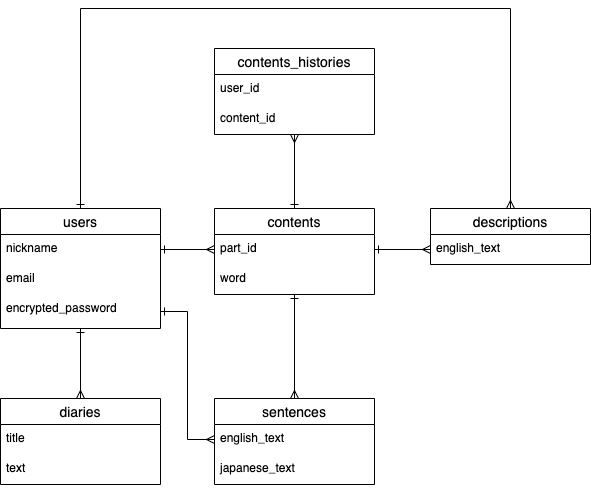
Chukoto/wordstock keeps this draw.io diagram as ER.drawio.png. Above is the earlier version. Source tidied: cells renumbered, new cells last; positions are measured from the earlier drawing's top-left corner, leaving out a move shared by most shapes.
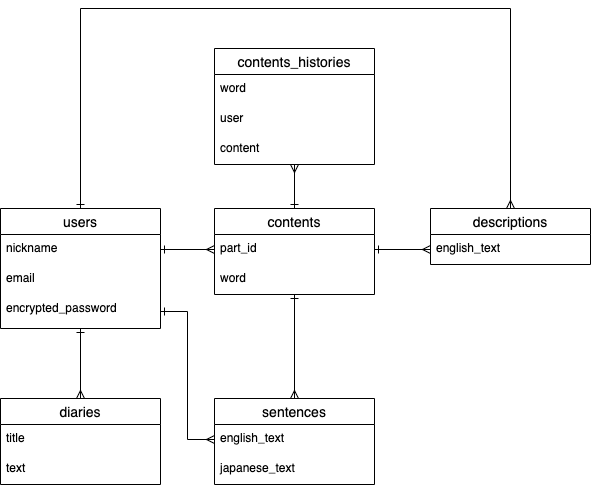
Above is the later version.

What changed in the source:
```diff
@@ -79,13 +79,16 @@
       <mxGeometry relative="1" as="geometry" />
     </mxCell>
     <mxCell id="24" value="contents_histories" style="swimlane;fontStyle=0;horizontal=1;startSize=26;align=center;fontSize=14;" parent="1" vertex="1">
-      <mxGeometry x="214" y="40" width="160" height="86" as="geometry" />
+      <mxGeometry x="214" y="40" width="160" height="116" as="geometry" />
     </mxCell>
+    <mxCell id="27" value="word" style="text;strokeColor=none;fillColor=none;spacingLeft=4;spacingRight=4;overflow=hidden;fontSize=12;" parent="24" vertex="1">
+      <mxGeometry y="26" width="160" height="30" as="geometry" />
+    </mxCell>
-    <mxCell id="25" value="user_id" style="text;strokeColor=none;fillColor=none;spacingLeft=4;spacingRight=4;overflow=hidden;fontSize=12;" parent="24" vertex="1">
-      <mxGeometry y="26" width="160" height="30" as="geometry" />
+    <mxCell id="25" value="user" style="text;strokeColor=none;fillColor=none;spacingLeft=4;spacingRight=4;overflow=hidden;fontSize=12;" parent="24" vertex="1">
+      <mxGeometry y="56" width="160" height="30" as="geometry" />
     </mxCell>
-    <mxCell id="26" value="content_id" style="text;strokeColor=none;fillColor=none;spacingLeft=4;spacingRight=4;overflow=hidden;fontSize=12;" parent="24" vertex="1">
-      <mxGeometry y="56" width="160" height="30" as="geometry" />
+    <mxCell id="26" value="content" style="text;strokeColor=none;fillColor=none;spacingLeft=4;spacingRight=4;overflow=hidden;fontSize=12;" parent="24" vertex="1">
+      <mxGeometry y="86" width="160" height="30" as="geometry" />
     </mxCell>
   </root>
 </mxGraphModel>
```
